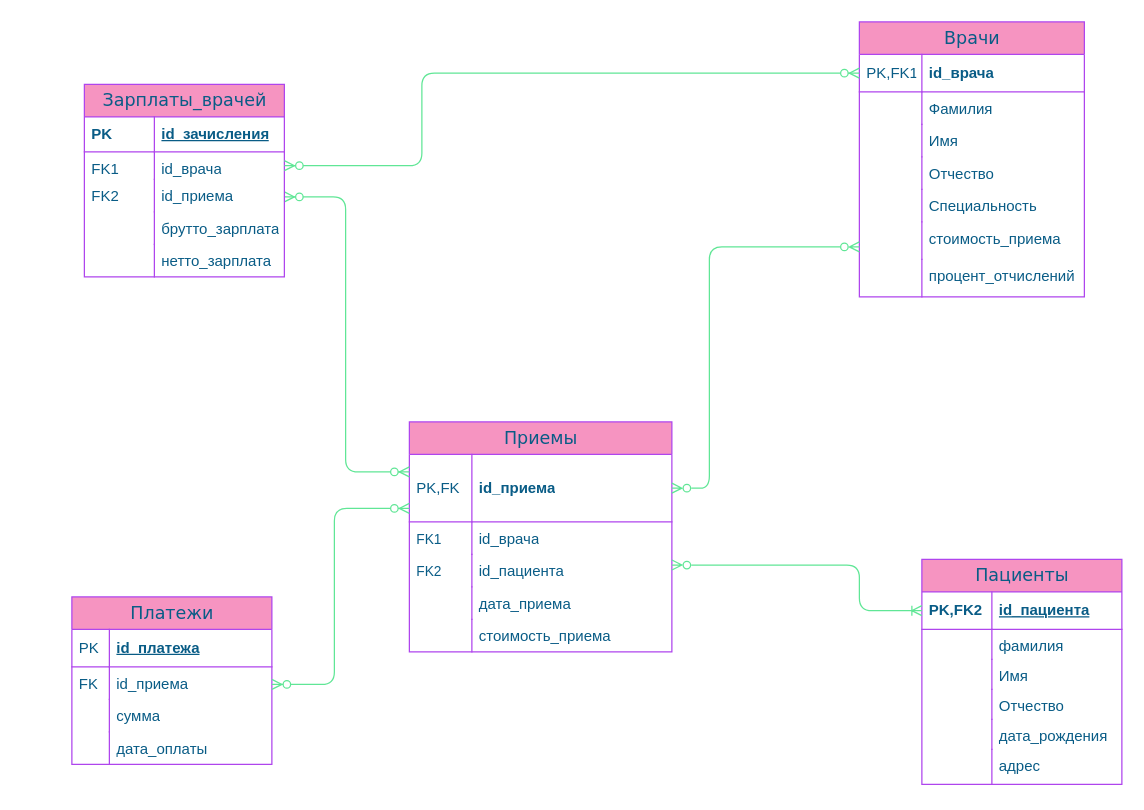
Above: Диаграмма без названия.drawio in Serpenssss/lr7 (draw.io), before the change. Source tidied: cells renumbered, new cells numbered last; positions are measured from the earlier drawing's top-left corner, leaving out a move shared by most shapes. Both pictures are drawn from the tidied source at 125%, with x=0, y=0 at pixel (71, 21).
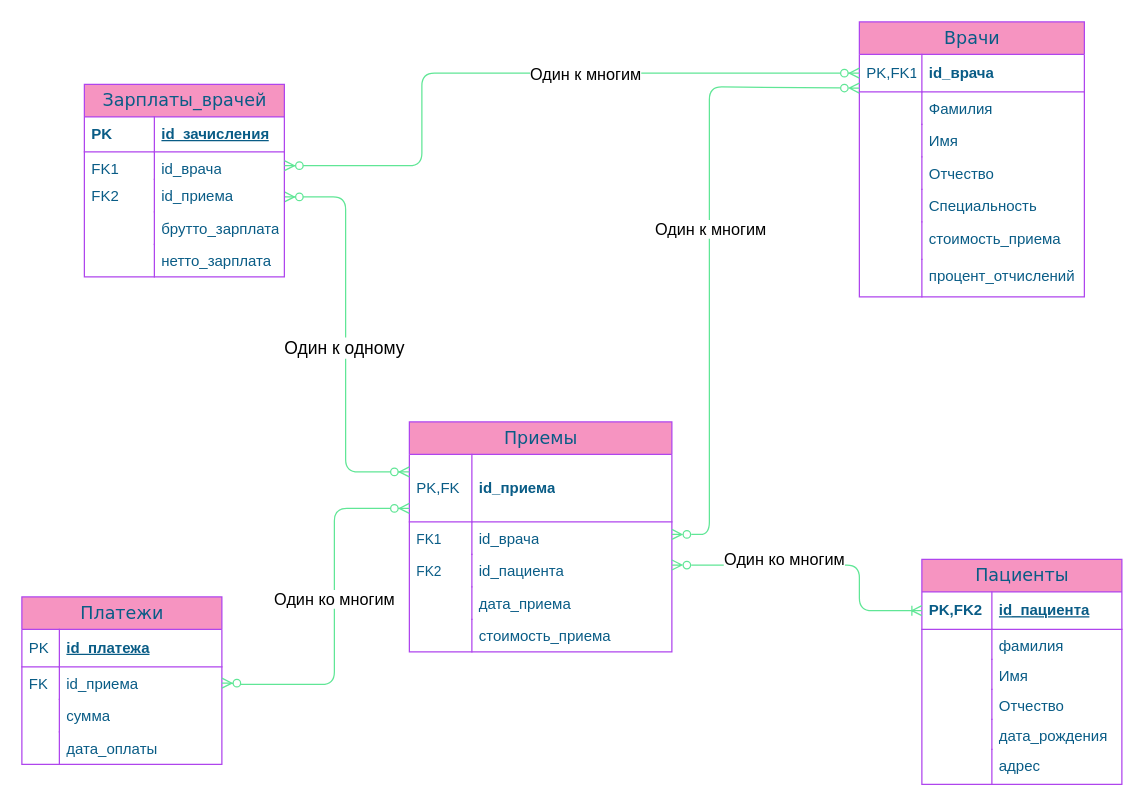
The same page after the edit.

Commit message:
Обновление Добавление название типов связей

The change refers to these unchanged cells:
```xml
<mxCell id="16" style="edgeStyle=orthogonalEdgeStyle;html=1;endArrow=ERzeroToMany;endFill=1;startArrow=ERzeroToMany;labelBackgroundColor=none;fontFamily=Verdana;fontSize=14;strokeColor=#60E696;fontColor=default;" parent="15" edge="1">
  <mxGeometry relative="1" as="geometry">
    <mxPoint x="-100" y="-180" as="sourcePoint" />
    <mxPoint y="40" as="targetPoint" />
    <Array as="points">
      <mxPoint x="-51" y="-180" />
      <mxPoint x="-51" y="40" />
      <mxPoint y="40" />
    </Array>
  </mxGeometry>
</mxCell>
<mxCell id="17" value="&amp;nbsp; &amp;nbsp; &amp;nbsp; id_приема" style="shape=partialRectangle;top=0;left=0;right=0;bottom=1;html=1;align=left;verticalAlign=middle;fillColor=none;spacingLeft=34;spacingRight=4;whiteSpace=wrap;overflow=hidden;points=[[0,0.5],[1,0.5]];portConstraint=eastwest;fontStyle=1;labelBackgroundColor=none;strokeColor=#AF45ED;fontColor=#095C86;" parent="15" vertex="1">
  <mxGeometry y="26" width="210" height="54" as="geometry" />
</mxCell>
<mxCell id="30" value="id_приема" style="shape=partialRectangle;top=0;left=0;right=0;bottom=0;html=1;align=left;verticalAlign=top;fillColor=none;spacingLeft=34;spacingRight=4;whiteSpace=wrap;overflow=hidden;points=[[0,0.5],[1,0.5]];portConstraint=eastwest;labelBackgroundColor=none;strokeColor=#AF45ED;fontColor=#095C86;" parent="27" vertex="1">
  <mxGeometry y="56" width="160" height="26" as="geometry" />
</mxCell>
<mxCell id="47" style="edgeStyle=orthogonalEdgeStyle;html=1;endArrow=ERoneToMany;startArrow=ERzeroToMany;labelBackgroundColor=none;fontFamily=Verdana;fontSize=14;entryX=0;entryY=0.5;strokeColor=#60E696;fontColor=default;entryDx=0;entryDy=0;exitX=1;exitY=0.328;exitDx=0;exitDy=0;exitPerimeter=0;startFill=0;" parent="1" edge="1" source="21" target="3">
  <mxGeometry relative="1" as="geometry">
    <Array as="points">
      <mxPoint x="630" y="435" />
      <mxPoint x="630" y="471" />
    </Array>
  </mxGeometry>
</mxCell>
<mxCell id="49" value="&amp;nbsp; &amp;nbsp; &amp;nbsp; id_врача" style="shape=partialRectangle;top=0;left=0;right=0;bottom=1;html=1;align=left;verticalAlign=middle;fillColor=none;spacingLeft=34;spacingRight=4;whiteSpace=wrap;overflow=hidden;points=[[0,0.5],[1,0.5]];portConstraint=eastwest;fontStyle=1;labelBackgroundColor=none;strokeColor=#AF45ED;fontColor=#095C86;" parent="48" vertex="1">
  <mxGeometry y="26" width="180" height="30" as="geometry" />
</mxCell>
<mxCell id="65" style="edgeStyle=orthogonalEdgeStyle;html=1;endArrow=ERzeroToMany;endFill=1;startArrow=ERzeroToMany;labelBackgroundColor=none;fontFamily=Verdana;fontSize=14;strokeColor=#60E696;fontColor=default;entryX=0;entryY=0.5;entryDx=0;entryDy=0;exitX=1;exitY=0.5;exitDx=0;exitDy=0;" parent="1" edge="1" source="39" target="49">
  <mxGeometry relative="1" as="geometry">
    <Array as="points">
      <mxPoint x="280" y="115" />
      <mxPoint x="280" y="41" />
    </Array>
  </mxGeometry>
</mxCell>
```

Diff of the diagram source:
```diff
@@
+    <mxCell id="66" value="&lt;font style=&quot;vertical-align: inherit; font-size: 14px;&quot;&gt;Один к одному&lt;/font&gt;" style="edgeLabel;html=1;align=center;verticalAlign=middle;" parent="16" vertex="1">
+      <mxGeometry x="-0.38" y="-2" relative="1" as="geometry">
+        <mxPoint y="70" as="offset" />
+      </mxGeometry>
+    </mxCell>
@@
     <mxCell id="27" value="Платежи" style="swimlane;html=1;fontStyle=0;horizontal=1;startSize=26;fillColor=#F694C1;swimlaneFillColor=#ffffff;align=center;rounded=0;shadow=0;comic=0;labelBackgroundColor=none;strokeWidth=1;fontFamily=Verdana;fontSize=14;strokeColor=#AF45ED;fontColor=#095C86;" parent="1" vertex="1">
-      <mxGeometry y="460" width="160" height="134" as="geometry" />
+      <mxGeometry x="-40" y="460" width="160" height="134" as="geometry" />
     </mxCell>
@@
+    <mxCell id="67" value="Один ко многим" style="edgeLabel;html=1;align=center;verticalAlign=middle;fontSize=13;" parent="47" vertex="1">
+      <mxGeometry x="-0.46" y="1" relative="1" as="geometry">
+        <mxPoint x="26" y="-4" as="offset" />
+      </mxGeometry>
+    </mxCell>
@@
-    <mxCell id="63" style="edgeStyle=orthogonalEdgeStyle;html=1;endArrow=ERzeroToMany;endFill=1;startArrow=ERzeroToMany;labelBackgroundColor=none;fontFamily=Verdana;fontSize=14;exitX=1;exitY=0.5;strokeColor=#60E696;fontColor=default;exitDx=0;exitDy=0;entryX=0;entryY=0.8;entryDx=0;entryDy=0;entryPerimeter=0;" parent="1" edge="1" target="17">
+    <mxCell id="63" style="edgeStyle=orthogonalEdgeStyle;html=1;endArrow=ERzeroToMany;endFill=1;startArrow=ERzeroToMany;labelBackgroundColor=none;fontFamily=Verdana;fontSize=14;exitX=1;exitY=0.5;strokeColor=#60E696;fontColor=default;exitDx=0;exitDy=0;entryX=0;entryY=0.8;entryDx=0;entryDy=0;entryPerimeter=0;" parent="1" edge="1" source="30" target="17">
       <mxGeometry relative="1" as="geometry">
-        <mxPoint x="160" y="530" as="sourcePoint" />
         <Array as="points">
+          <mxPoint x="130" y="529" />
           <mxPoint x="210" y="530" />
-          <mxPoint x="210" y="390" />
-          <mxPoint x="270" y="390" />
+          <mxPoint x="210" y="389" />
         </Array>
       </mxGeometry>
     </mxCell>
+    <mxCell id="68" value="Один ко многим" style="edgeLabel;html=1;align=center;verticalAlign=middle;fontSize=13;" parent="63" vertex="1">
+      <mxGeometry x="0.1" y="1" relative="1" as="geometry" />
+    </mxCell>
-    <mxCell id="64" style="edgeStyle=orthogonalEdgeStyle;html=1;endArrow=ERzeroToMany;startArrow=ERzeroToMany;labelBackgroundColor=none;fontFamily=Verdana;fontSize=14;strokeColor=#60E696;fontColor=default;exitX=1;exitY=0.5;exitDx=0;exitDy=0;startFill=0;endFill=0;" parent="1" edge="1" source="17">
+    <mxCell id="64" style="edgeStyle=orthogonalEdgeStyle;html=1;endArrow=ERzeroToMany;startArrow=ERzeroToMany;labelBackgroundColor=none;fontFamily=Verdana;fontSize=14;strokeColor=#60E696;fontColor=default;startFill=0;endFill=0;entryX=0;entryY=0.9;entryDx=0;entryDy=0;entryPerimeter=0;" parent="1" edge="1" target="49">
       <mxGeometry relative="1" as="geometry">
-        <mxPoint x="630" y="180" as="targetPoint" />
+        <mxPoint x="480" y="410" as="sourcePoint" />
         <Array as="points">
-          <mxPoint x="510" y="373" />
-          <mxPoint x="510" y="180" />
+          <mxPoint x="510" y="410" />
+          <mxPoint x="510" y="52" />
+          <mxPoint x="630" y="52" />
         </Array>
       </mxGeometry>
     </mxCell>
+    <mxCell id="69" value="Один к многим" style="edgeLabel;html=1;align=center;verticalAlign=middle;fontSize=13;" parent="64" vertex="1">
+      <mxGeometry x="0.45" relative="1" as="geometry">
+        <mxPoint y="93" as="offset" />
+      </mxGeometry>
+    </mxCell>
@@
+    <mxCell id="70" value="Один к многим" style="edgeLabel;html=1;align=center;verticalAlign=middle;fontSize=13;" parent="65" vertex="1">
+      <mxGeometry x="-0.05" y="2" relative="1" as="geometry">
+        <mxPoint x="60" y="2" as="offset" />
+      </mxGeometry>
+    </mxCell>
```
